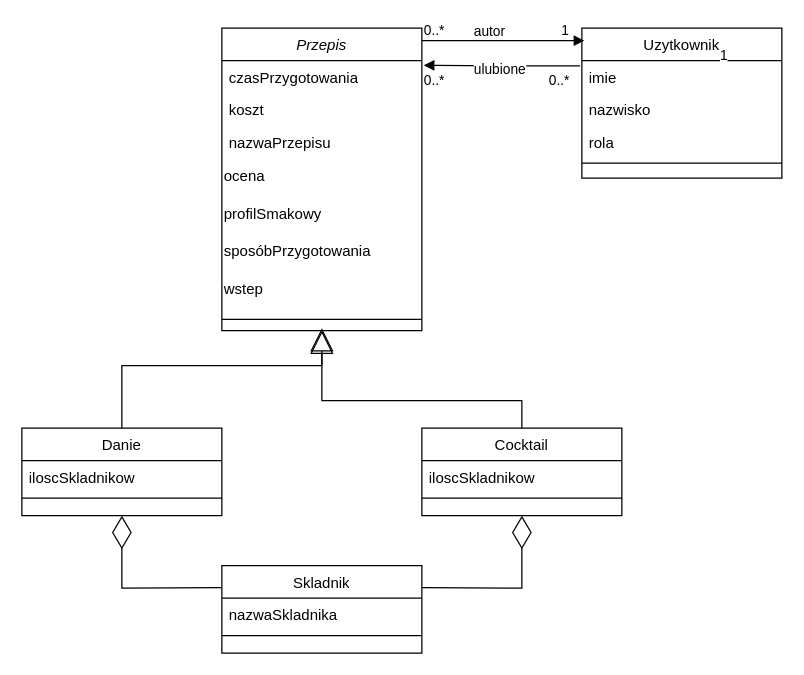
This is diagramklas.drawio from PawelCiach/Programowanie-Obiektowe-Projekt, a draw.io file, before an edit. Source tidied: cells renumbered, new cells numbered last; positions are measured from the earlier drawing's top-left corner, leaving out a move shared by most shapes. Both pictures are drawn from the tidied source at 125%, with x=0, y=0 at pixel (21, 28).
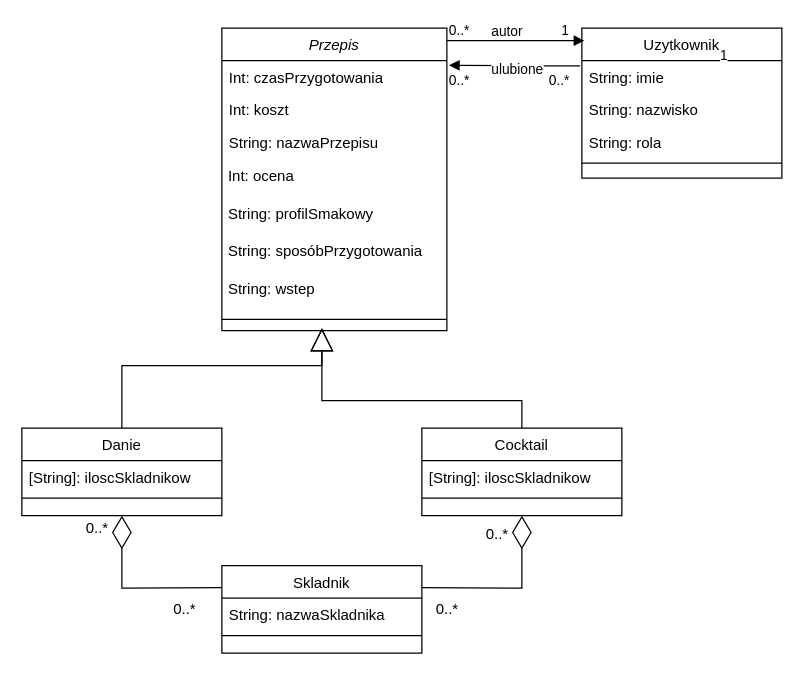
After the change.

Unchanged cells that the change refers to:
```xml
<mxCell id="11" value="Uzytkownik" style="swimlane;fontStyle=0;align=center;verticalAlign=top;horizontal=1;startSize=26;rounded=0;shadow=0;strokeWidth=1;" parent="1" vertex="1">
  <mxGeometry x="448" width="160" height="120" as="geometry" />
</mxCell>
<mxCell id="16" value="Skladnik" style="swimlane;fontStyle=0;align=center;verticalAlign=top;horizontal=1;startSize=26;rounded=0;shadow=0;strokeWidth=1;" parent="1" vertex="1">
  <mxGeometry x="160" y="430" width="160" height="70" as="geometry" />
</mxCell>
<mxCell id="19" value="Danie" style="swimlane;fontStyle=0;align=center;verticalAlign=top;horizontal=1;startSize=26;rounded=0;shadow=0;strokeWidth=1;" parent="1" vertex="1">
  <mxGeometry y="320" width="160" height="70" as="geometry" />
</mxCell>
<mxCell id="22" value="Cocktail" style="swimlane;fontStyle=0;align=center;verticalAlign=top;horizontal=1;startSize=26;rounded=0;shadow=0;strokeWidth=1;" parent="1" vertex="1">
  <mxGeometry x="320" y="320" width="160" height="70" as="geometry" />
</mxCell>
```

Change to the diagram source:
```diff
@@
     <mxCell id="2" value="Przepis" style="swimlane;fontStyle=2;align=center;verticalAlign=top;horizontal=1;startSize=26;rounded=0;shadow=0;strokeWidth=1;" parent="1" vertex="1">
-      <mxGeometry x="160" width="160" height="242" as="geometry" />
+      <mxGeometry x="160" width="180" height="242" as="geometry" />
     </mxCell>
-    <mxCell id="3" value="czasPrzygotowania" style="text;align=left;verticalAlign=top;spacingLeft=4;spacingRight=4;overflow=hidden;points=[[0,0.5],[1,0.5]];portConstraint=eastwest;" parent="2" vertex="1">
-      <mxGeometry y="26" width="160" height="26" as="geometry" />
+    <mxCell id="3" value="Int: czasPrzygotowania" style="text;align=left;verticalAlign=top;spacingLeft=4;spacingRight=4;overflow=hidden;points=[[0,0.5],[1,0.5]];portConstraint=eastwest;" parent="2" vertex="1">
+      <mxGeometry y="26" width="180" height="26" as="geometry" />
     </mxCell>
-    <mxCell id="4" value="koszt" style="text;align=left;verticalAlign=top;spacingLeft=4;spacingRight=4;overflow=hidden;rounded=0;shadow=0;html=0;" parent="2" vertex="1">
-      <mxGeometry y="52" width="160" height="26" as="geometry" />
+    <mxCell id="4" value="Int: koszt" style="text;align=left;verticalAlign=top;spacingLeft=4;spacingRight=4;overflow=hidden;rounded=0;shadow=0;html=0;" parent="2" vertex="1">
+      <mxGeometry y="52" width="180" height="26" as="geometry" />
     </mxCell>
-    <mxCell id="5" value="nazwaPrzepisu" style="text;align=left;verticalAlign=top;spacingLeft=4;spacingRight=4;overflow=hidden;rounded=0;shadow=0;html=0;" parent="2" vertex="1">
-      <mxGeometry y="78" width="160" height="26" as="geometry" />
+    <mxCell id="5" value="String: nazwaPrzepisu" style="text;align=left;verticalAlign=top;spacingLeft=4;spacingRight=4;overflow=hidden;rounded=0;shadow=0;html=0;" parent="2" vertex="1">
+      <mxGeometry y="78" width="180" height="26" as="geometry" />
     </mxCell>
-    <mxCell id="6" value="ocena&lt;br&gt;" style="text;html=1;align=left;verticalAlign=middle;strokeColor=none;fillColor=none;" parent="2" vertex="1">
-      <mxGeometry y="104" width="160" height="30" as="geometry" />
+    <mxCell id="6" value="&amp;nbsp;Int: ocena" style="text;html=1;align=left;verticalAlign=middle;strokeColor=none;fillColor=none;" parent="2" vertex="1">
+      <mxGeometry y="104" width="180" height="30" as="geometry" />
     </mxCell>
-    <mxCell id="7" value="profilSmakowy" style="text;html=1;align=left;verticalAlign=middle;strokeColor=none;fillColor=none;" parent="2" vertex="1">
-      <mxGeometry y="134" width="160" height="30" as="geometry" />
+    <mxCell id="7" value="&amp;nbsp;String: profilSmakowy" style="text;html=1;align=left;verticalAlign=middle;strokeColor=none;fillColor=none;" parent="2" vertex="1">
+      <mxGeometry y="134" width="180" height="30" as="geometry" />
     </mxCell>
-    <mxCell id="8" value="sposóbPrzygotowania" style="text;html=1;align=left;verticalAlign=middle;strokeColor=none;fillColor=none;" parent="2" vertex="1">
-      <mxGeometry y="164" width="160" height="30" as="geometry" />
+    <mxCell id="8" value="&amp;nbsp;String: sposóbPrzygotowania" style="text;html=1;align=left;verticalAlign=middle;strokeColor=none;fillColor=none;" parent="2" vertex="1">
+      <mxGeometry y="164" width="180" height="30" as="geometry" />
     </mxCell>
-    <mxCell id="9" value="wstep" style="text;html=1;align=left;verticalAlign=middle;strokeColor=none;fillColor=none;fontStyle=0;" parent="2" vertex="1">
-      <mxGeometry y="194" width="160" height="30" as="geometry" />
+    <mxCell id="9" value="&amp;nbsp;String: wstep" style="text;html=1;align=left;verticalAlign=middle;strokeColor=none;fillColor=none;fontStyle=0;" parent="2" vertex="1">
+      <mxGeometry y="194" width="180" height="30" as="geometry" />
     </mxCell>
     <mxCell id="10" style="line;html=1;strokeWidth=1;align=left;verticalAlign=middle;spacingTop=-1;spacingLeft=3;spacingRight=3;labelPosition=right;" parent="2" vertex="1">
-      <mxGeometry y="224" width="160" height="18" as="geometry" />
+      <mxGeometry y="224" width="180" height="18" as="geometry" />
     </mxCell>
@@
-    <mxCell id="12" value="imie" style="text;align=left;verticalAlign=top;spacingLeft=4;spacingRight=4;overflow=hidden;points=[[0,0.5],[1,0.5]];portConstraint=eastwest;" parent="11" vertex="1">
+    <mxCell id="12" value="String: imie" style="text;align=left;verticalAlign=top;spacingLeft=4;spacingRight=4;overflow=hidden;points=[[0,0.5],[1,0.5]];portConstraint=eastwest;" parent="11" vertex="1">
       <mxGeometry y="26" width="160" height="26" as="geometry" />
     </mxCell>
-    <mxCell id="13" value="nazwisko" style="text;align=left;verticalAlign=top;spacingLeft=4;spacingRight=4;overflow=hidden;rounded=0;shadow=0;html=0;" parent="11" vertex="1">
+    <mxCell id="13" value="String: nazwisko" style="text;align=left;verticalAlign=top;spacingLeft=4;spacingRight=4;overflow=hidden;rounded=0;shadow=0;html=0;" parent="11" vertex="1">
       <mxGeometry y="52" width="160" height="26" as="geometry" />
     </mxCell>
-    <mxCell id="14" value="rola" style="text;align=left;verticalAlign=top;spacingLeft=4;spacingRight=4;overflow=hidden;rounded=0;shadow=0;html=0;" parent="11" vertex="1">
+    <mxCell id="14" value="String: rola" style="text;align=left;verticalAlign=top;spacingLeft=4;spacingRight=4;overflow=hidden;rounded=0;shadow=0;html=0;" parent="11" vertex="1">
       <mxGeometry y="78" width="160" height="26" as="geometry" />
     </mxCell>
@@
-    <mxCell id="17" value="nazwaSkladnika" style="text;align=left;verticalAlign=top;spacingLeft=4;spacingRight=4;overflow=hidden;" parent="16" vertex="1">
+    <mxCell id="17" value="String: nazwaSkladnika" style="text;align=left;verticalAlign=top;spacingLeft=4;spacingRight=4;overflow=hidden;" parent="16" vertex="1">
       <mxGeometry y="26" width="160" height="26" as="geometry" />
     </mxCell>
@@
-    <mxCell id="20" value="iloscSkladnikow" style="text;align=left;verticalAlign=top;spacingLeft=4;spacingRight=4;overflow=hidden;" parent="19" vertex="1">
+    <mxCell id="20" value="[String]: iloscSkladnikow" style="text;align=left;verticalAlign=top;spacingLeft=4;spacingRight=4;overflow=hidden;" parent="19" vertex="1">
       <mxGeometry y="26" width="160" height="26" as="geometry" />
     </mxCell>
@@
-    <mxCell id="23" value="iloscSkladnikow" style="text;align=left;verticalAlign=top;spacingLeft=4;spacingRight=4;overflow=hidden;" parent="22" vertex="1">
+    <mxCell id="23" value="[String]: iloscSkladnikow" style="text;align=left;verticalAlign=top;spacingLeft=4;spacingRight=4;overflow=hidden;" parent="22" vertex="1">
       <mxGeometry y="26" width="160" height="26" as="geometry" />
     </mxCell>
@@
-    <mxCell id="25" style="endArrow=block;endSize=16;endFill=0;html=1;rounded=0;exitX=0.5;exitY=0;exitDx=0;exitDy=0;entryX=0.5;entryY=1;entryDx=0;entryDy=0;" parent="1" edge="1" source="19" target="2">
+    <mxCell id="25" style="endArrow=block;endSize=16;endFill=0;html=1;rounded=0;exitX=0.5;exitY=0;exitDx=0;exitDy=0;" parent="1" edge="1" source="19">
       <mxGeometry relative="1" as="geometry">
+        <mxPoint x="240" y="240" as="targetPoint" />
         <Array as="points">
           <mxPoint x="80" y="270" />
           <mxPoint x="240" y="270" />
         </Array>
       </mxGeometry>
     </mxCell>
@@
     <mxCell id="29" value="autor" style="endArrow=block;endFill=1;html=1;edgeStyle=orthogonalEdgeStyle;align=left;verticalAlign=top;rounded=0;" parent="1" edge="1">
       <mxGeometry x="-0.38" y="20" relative="1" as="geometry">
-        <mxPoint x="320" y="10" as="sourcePoint" />
+        <mxPoint x="340" y="10" as="sourcePoint" />
         <mxPoint x="450" y="10" as="targetPoint" />
       </mxGeometry>
     </mxCell>
     <mxCell id="30" value="1" style="edgeLabel;html=1;align=left;verticalAlign=bottom;" parent="29" vertex="1">
       <mxGeometry x="-1" relative="1" as="geometry">
-        <mxPoint x="110" as="offset" />
+        <mxPoint x="90" as="offset" />
       </mxGeometry>
     </mxCell>
     <mxCell id="31" value="0..*" style="edgeLabel;html=1;align=left;verticalAlign=bottom;rotation=0;" parent="1" vertex="1">
-      <mxGeometry x="320" y="10" as="geometry" />
+      <mxGeometry x="340" y="10" as="geometry" />
     </mxCell>
@@
     <mxCell id="35" value="0..*" style="edgeLabel;html=1;align=left;verticalAlign=bottom;" parent="1" vertex="1">
-      <mxGeometry x="320" y="50" as="geometry" />
+      <mxGeometry x="340" y="50" as="geometry" />
     </mxCell>
+    <mxCell id="36" value="0..*" style="text;html=1;align=center;verticalAlign=middle;strokeColor=none;fillColor=none;" parent="1" vertex="1">
+      <mxGeometry x="40" y="385" width="40" height="30" as="geometry" />
+    </mxCell>
+    <mxCell id="37" value="0..*" style="text;html=1;align=center;verticalAlign=middle;strokeColor=none;fillColor=none;" parent="1" vertex="1">
+      <mxGeometry x="110" y="450" width="40" height="30" as="geometry" />
+    </mxCell>
+    <mxCell id="38" value="0..*" style="text;html=1;align=center;verticalAlign=middle;strokeColor=none;fillColor=none;" parent="1" vertex="1">
+      <mxGeometry x="320" y="450" width="40" height="30" as="geometry" />
+    </mxCell>
+    <mxCell id="39" value="0..*" style="text;html=1;align=center;verticalAlign=middle;strokeColor=none;fillColor=none;" parent="1" vertex="1">
+      <mxGeometry x="360" y="390" width="40" height="30" as="geometry" />
+    </mxCell>
```
